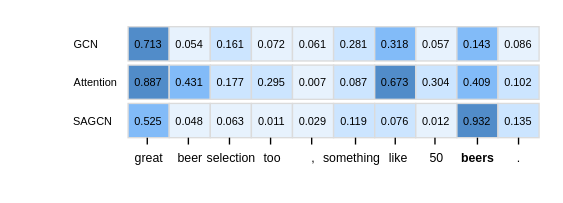
The draw.io diagram case study.drawio in zhaicao/images, before the edit. Source tidied: cells renumbered, new cells numbered last; positions are measured from the earlier drawing's top-left corner, leaving out a move shared by most shapes. Both pictures are drawn from the tidied source at 137%, with x=0, y=0 at pixel (53, 26).
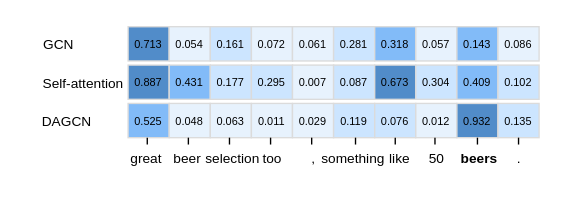
Above is the later version.

The edit, as a diff of the source:
```diff
@@
-    <mxCell id="12" value="&lt;font style=&quot;font-size: 9px;&quot;&gt;great&lt;/font&gt;" style="text;html=1;align=center;verticalAlign=middle;strokeColor=none;fillColor=none;fontSize=9;" parent="1" vertex="1">
-      <mxGeometry x="49" y="86" width="40" height="20" as="geometry" />
+    <mxCell id="12" value="&lt;font style=&quot;font-size: 10px;&quot;&gt;great&lt;/font&gt;" style="text;html=1;align=center;verticalAlign=middle;strokeColor=none;fillColor=none;fontSize=10;" parent="1" vertex="1">
+      <mxGeometry x="42" y="81" width="50" height="30" as="geometry" />
     </mxCell>
-    <mxCell id="13" value="&lt;font style=&quot;font-size: 9px;&quot;&gt;beer&lt;/font&gt;" style="text;html=1;align=center;verticalAlign=middle;strokeColor=none;fillColor=none;fontSize=9;" parent="1" vertex="1">
-      <mxGeometry x="79" y="86" width="40" height="20" as="geometry" />
+    <mxCell id="13" value="&lt;font style=&quot;font-size: 10px;&quot;&gt;beer&lt;/font&gt;" style="text;html=1;align=center;verticalAlign=middle;strokeColor=none;fillColor=none;fontSize=10;" parent="1" vertex="1">
+      <mxGeometry x="77" y="81" width="40" height="30" as="geometry" />
     </mxCell>
-    <mxCell id="14" value="&lt;font style=&quot;font-size: 9px;&quot;&gt;selection&lt;/font&gt;" style="text;html=1;align=center;verticalAlign=middle;strokeColor=none;fillColor=none;fontSize=9;" parent="1" vertex="1">
-      <mxGeometry x="99" y="86" width="60" height="20" as="geometry" />
+    <mxCell id="14" value="&lt;font style=&quot;font-size: 10px;&quot;&gt;selection&lt;/font&gt;" style="text;html=1;align=center;verticalAlign=middle;strokeColor=none;fillColor=none;fontSize=10;" parent="1" vertex="1">
+      <mxGeometry x="100" y="81" width="60" height="30" as="geometry" />
     </mxCell>
-    <mxCell id="15" value="&lt;font style=&quot;font-size: 9px;&quot;&gt;too&lt;/font&gt;" style="text;html=1;align=center;verticalAlign=middle;strokeColor=none;fillColor=none;fontSize=9;" parent="1" vertex="1">
-      <mxGeometry x="139" y="86" width="40" height="20" as="geometry" />
+    <mxCell id="15" value="&lt;font style=&quot;font-size: 10px;&quot;&gt;too&lt;/font&gt;" style="text;html=1;align=center;verticalAlign=middle;strokeColor=none;fillColor=none;fontSize=10;" parent="1" vertex="1">
+      <mxGeometry x="139" y="81" width="40" height="30" as="geometry" />
     </mxCell>
-    <mxCell id="16" value="&lt;font style=&quot;font-size: 9px;&quot;&gt;,&lt;/font&gt;" style="text;html=1;align=center;verticalAlign=middle;strokeColor=none;fillColor=none;fontSize=9;" parent="1" vertex="1">
-      <mxGeometry x="174" y="86" width="30" height="20" as="geometry" />
+    <mxCell id="16" value="&lt;font style=&quot;font-size: 10px;&quot;&gt;,&lt;/font&gt;" style="text;html=1;align=center;verticalAlign=middle;strokeColor=none;fillColor=none;fontSize=10;" parent="1" vertex="1">
+      <mxGeometry x="174" y="81" width="30" height="30" as="geometry" />
     </mxCell>
-    <mxCell id="17" value="&lt;font style=&quot;font-size: 9px;&quot;&gt;something&lt;/font&gt;" style="text;html=1;align=center;verticalAlign=middle;strokeColor=none;fillColor=none;fontSize=9;" parent="1" vertex="1">
-      <mxGeometry x="182" y="86" width="70" height="20" as="geometry" />
+    <mxCell id="17" value="&lt;font style=&quot;font-size: 10px;&quot;&gt;something&lt;/font&gt;" style="text;html=1;align=center;verticalAlign=middle;strokeColor=none;fillColor=none;fontSize=10;" parent="1" vertex="1">
+      <mxGeometry x="183" y="81" width="70" height="30" as="geometry" />
     </mxCell>
-    <mxCell id="18" value="&lt;span style=&quot;font-size: 9px;&quot;&gt;like&lt;/span&gt;" style="text;html=1;align=center;verticalAlign=middle;strokeColor=none;fillColor=none;fontSize=9;" parent="1" vertex="1">
-      <mxGeometry x="231" y="86" width="40" height="20" as="geometry" />
+    <mxCell id="18" value="&lt;span style=&quot;font-size: 10px;&quot;&gt;like&lt;/span&gt;" style="text;html=1;align=center;verticalAlign=middle;strokeColor=none;fillColor=none;fontSize=10;" parent="1" vertex="1">
+      <mxGeometry x="232" y="81" width="40" height="30" as="geometry" />
     </mxCell>
-    <mxCell id="19" value="&lt;span style=&quot;font-size: 9px;&quot;&gt;50&lt;/span&gt;" style="text;html=1;align=center;verticalAlign=middle;strokeColor=none;fillColor=none;fontSize=9;" parent="1" vertex="1">
-      <mxGeometry x="264" y="86" width="30" height="20" as="geometry" />
+    <mxCell id="19" value="&lt;span style=&quot;font-size: 10px;&quot;&gt;50&lt;/span&gt;" style="text;html=1;align=center;verticalAlign=middle;strokeColor=none;fillColor=none;fontSize=10;" parent="1" vertex="1">
+      <mxGeometry x="264" y="81" width="30" height="30" as="geometry" />
     </mxCell>
-    <mxCell id="20" value="&lt;span style=&quot;font-size: 9px;&quot;&gt;&lt;b&gt;beers&lt;/b&gt;&lt;/span&gt;" style="text;html=1;align=center;verticalAlign=middle;strokeColor=none;fillColor=none;fontSize=9;" parent="1" vertex="1">
-      <mxGeometry x="284" y="86" width="50" height="20" as="geometry" />
+    <mxCell id="20" value="&lt;span style=&quot;font-size: 10px;&quot;&gt;&lt;b style=&quot;font-size: 10px;&quot;&gt;beers&lt;/b&gt;&lt;/span&gt;" style="text;html=1;align=center;verticalAlign=middle;strokeColor=none;fillColor=none;fontSize=10;" parent="1" vertex="1">
+      <mxGeometry x="285" y="81" width="50" height="30" as="geometry" />
     </mxCell>
-    <mxCell id="21" value="&lt;span style=&quot;font-size: 9px;&quot;&gt;.&lt;/span&gt;" style="text;html=1;align=center;verticalAlign=middle;strokeColor=none;fillColor=none;fontSize=9;" parent="1" vertex="1">
-      <mxGeometry x="324" y="86" width="30" height="20" as="geometry" />
+    <mxCell id="21" value="&lt;span style=&quot;font-size: 10px;&quot;&gt;.&lt;/span&gt;" style="text;html=1;align=center;verticalAlign=middle;strokeColor=none;fillColor=none;fontSize=10;" parent="1" vertex="1">
+      <mxGeometry x="324" y="81" width="30" height="30" as="geometry" />
     </mxCell>
@@
-    <mxCell id="52" value="SAGCN" style="text;html=1;align=center;verticalAlign=middle;strokeColor=none;fillColor=none;fontSize=8;" parent="1" vertex="1">
-      <mxGeometry x="2.5" y="58.5" width="50" height="20" as="geometry" />
+    <mxCell id="52" value="DAGCN" style="text;html=1;align=center;verticalAlign=middle;strokeColor=none;fillColor=none;fontSize=10;" parent="1" vertex="1">
+      <mxGeometry x="-21.5" y="53.5" width="60" height="30" as="geometry" />
     </mxCell>
-    <mxCell id="53" value="GCN" style="text;html=1;align=center;verticalAlign=middle;strokeColor=none;fillColor=none;fontSize=8;" parent="1" vertex="1">
-      <mxGeometry x="3" y="2.5" width="40" height="20" as="geometry" />
+    <mxCell id="53" value="GCN" style="text;html=1;align=center;verticalAlign=middle;strokeColor=none;fillColor=none;fontSize=10;" parent="1" vertex="1">
+      <mxGeometry x="-22" y="-2.5" width="50" height="30" as="geometry" />
     </mxCell>
-    <mxCell id="54" value="Attention" style="text;html=1;align=center;verticalAlign=middle;strokeColor=none;fillColor=none;fontSize=8;" parent="1" vertex="1">
-      <mxGeometry y="30.5" width="60" height="20" as="geometry" />
+    <mxCell id="54" value="Self-attention" style="text;html=1;align=center;verticalAlign=middle;strokeColor=none;fillColor=none;fontSize=10;" parent="1" vertex="1">
+      <mxGeometry x="-19" y="25.5" width="80" height="30" as="geometry" />
     </mxCell>
```
